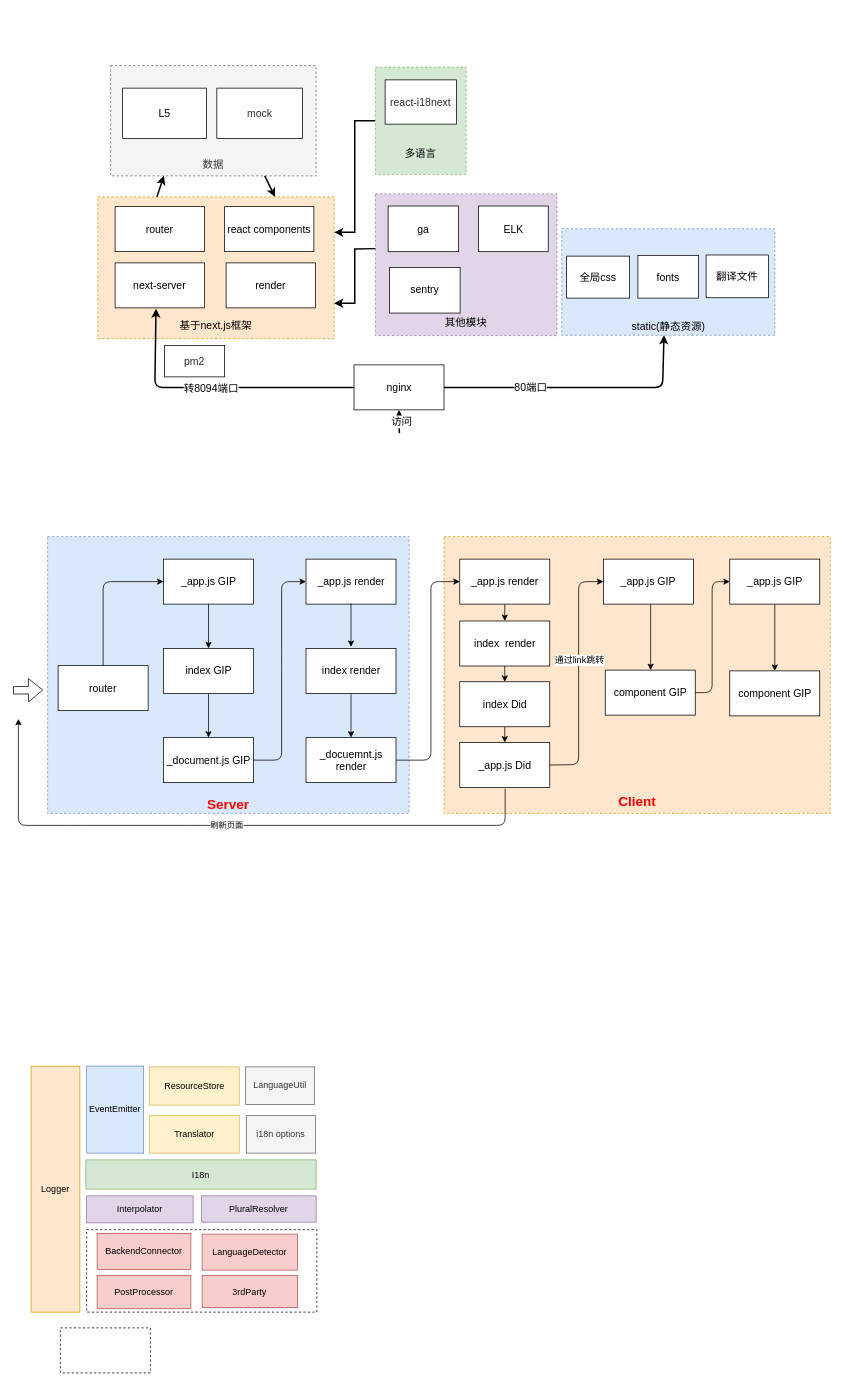
The draw.io diagram Untitled Diagram.drawio in huanglijiao/docs, before the edit. Source tidied: cells renumbered, new cells numbered last; positions are measured from the earlier drawing's top-left corner, leaving out a move shared by most shapes. Both pictures are drawn from the tidied source at 75%, with x=0, y=0 at pixel (13, 65).
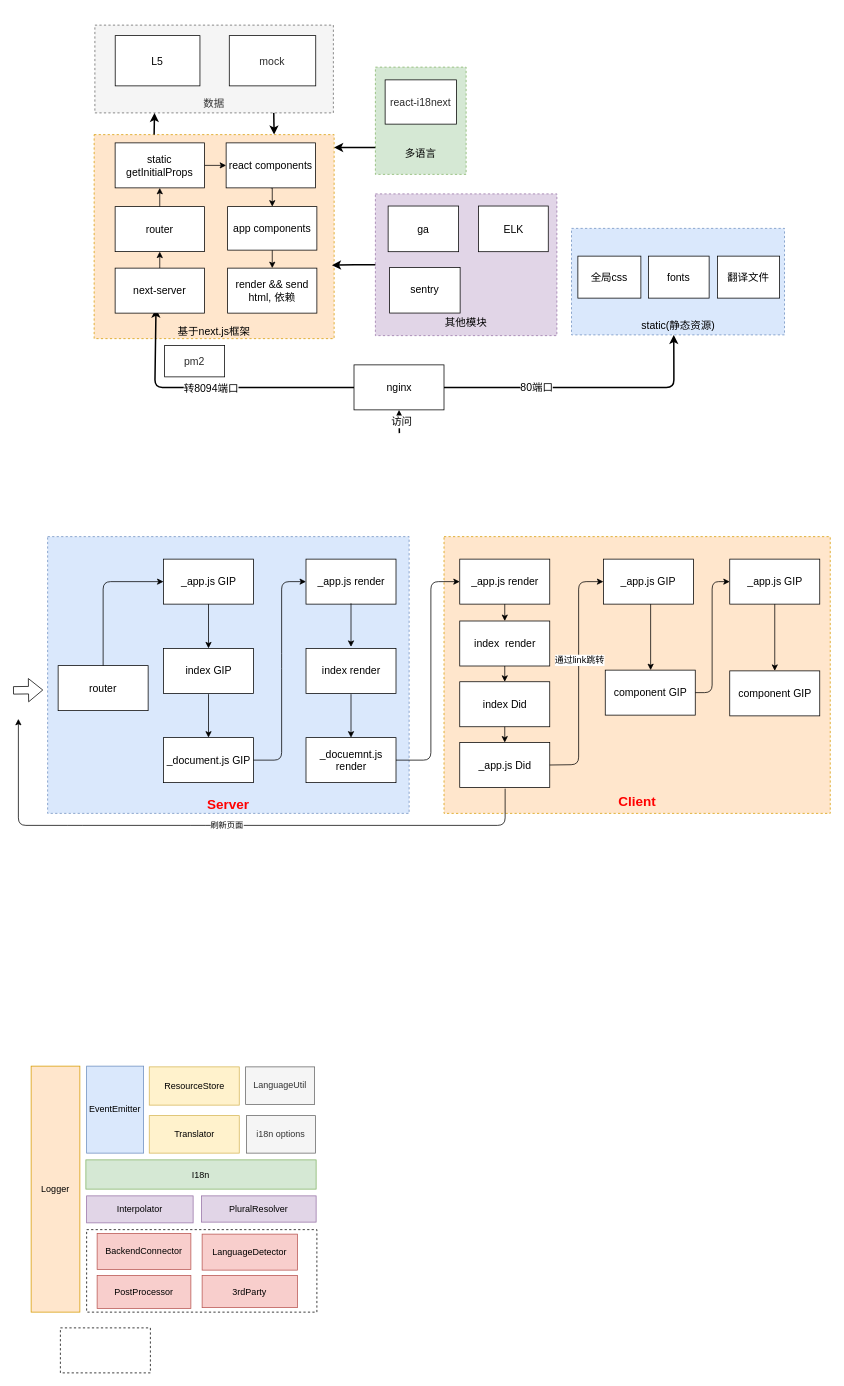
The same page after the edit.

Unchanged cells that the change refers to:
```xml
<mxCell id="6" value="&lt;font style=&quot;font-size: 14px&quot;&gt;nginx&lt;/font&gt;" style="rounded=0;whiteSpace=wrap;html=1;" parent="1" vertex="1">
  <mxGeometry x="454.5" y="399" width="120" height="60" as="geometry" />
</mxCell>
<mxCell id="71" value="&lt;br&gt;&lt;br&gt;&lt;br&gt;&lt;br&gt;&lt;br&gt;&lt;br&gt;&lt;font style=&quot;font-size: 14px&quot;&gt;&lt;br&gt;&lt;br&gt;&lt;br&gt;&lt;br&gt;其他模块&lt;/font&gt;" style="rounded=0;whiteSpace=wrap;html=1;dashed=1;fillColor=#e1d5e7;strokeColor=#9673a6;" parent="70" vertex="1">
  <mxGeometry x="40" width="242" height="189" as="geometry" />
</mxCell>
<mxCell id="78" value="&lt;br&gt;&lt;br&gt;&lt;br&gt;&lt;br&gt;&lt;br&gt;&lt;br&gt;&lt;font style=&quot;font-size: 14px&quot;&gt;多语言&lt;/font&gt;" style="rounded=0;whiteSpace=wrap;html=1;dashed=1;fillColor=#d5e8d4;strokeColor=#82b366;" parent="77" vertex="1">
  <mxGeometry width="121" height="143" as="geometry" />
</mxCell>
<mxCell id="80" value="&lt;span style=&quot;font-size: 14px&quot;&gt;router&lt;/span&gt;" style="rounded=0;whiteSpace=wrap;html=1;" parent="1" vertex="1">
  <mxGeometry x="136" y="188" width="119" height="60" as="geometry" />
</mxCell>
```

Diff of the diagram source:
```diff
@@
-    <mxCell id="4" value="&lt;font style=&quot;font-size: 14px&quot;&gt;&lt;br&gt;&lt;br&gt;&lt;br&gt;&lt;br&gt;&lt;br&gt;&lt;br&gt;&lt;br&gt;&lt;br&gt;&lt;br&gt;基于next.js框架&lt;br&gt;&lt;/font&gt;" style="rounded=0;whiteSpace=wrap;html=1;dashed=1;fillColor=#ffe6cc;strokeColor=#d79b00;" parent="1" vertex="1">
-      <mxGeometry x="113" y="175" width="315" height="189" as="geometry" />
+    <mxCell id="4" value="&lt;font style=&quot;font-size: 14px&quot;&gt;&lt;br&gt;&lt;br&gt;&lt;br&gt;&lt;br&gt;&lt;br&gt;&lt;br&gt;&lt;br&gt;&lt;br&gt;&lt;br&gt;&lt;br&gt;&lt;br&gt;&lt;br&gt;&lt;br&gt;&lt;br&gt;&lt;br&gt;基于next.js框架&lt;br&gt;&lt;/font&gt;" style="rounded=0;whiteSpace=wrap;html=1;dashed=1;fillColor=#ffe6cc;strokeColor=#d79b00;" parent="1" vertex="1">
+      <mxGeometry x="108" y="92" width="320" height="272" as="geometry" />
     </mxCell>
     <mxCell id="5" value="&lt;font style=&quot;font-size: 14px&quot;&gt;&lt;br&gt;&lt;br&gt;&lt;br&gt;&lt;br&gt;&lt;br&gt;&lt;br&gt;&lt;br&gt;static(静态资源)&lt;/font&gt;" style="rounded=0;whiteSpace=wrap;html=1;dashed=1;fillColor=#dae8fc;strokeColor=#6c8ebf;" parent="1" vertex="1">
-      <mxGeometry x="731.5" y="217.5" width="284" height="142" as="geometry" />
+      <mxGeometry x="744.5" y="217" width="284" height="142" as="geometry" />
     </mxCell>
@@
     <mxCell id="7" value="&lt;font style=&quot;font-size: 14px&quot;&gt;fonts&lt;/font&gt;" style="rounded=0;whiteSpace=wrap;html=1;" parent="1" vertex="1">
-      <mxGeometry x="833" y="253" width="81" height="57" as="geometry" />
+      <mxGeometry x="847" y="254" width="81" height="56" as="geometry" />
     </mxCell>
     <mxCell id="8" value="&lt;font style=&quot;font-size: 14px&quot;&gt;全局css&lt;/font&gt;" style="rounded=0;whiteSpace=wrap;html=1;" parent="1" vertex="1">
-      <mxGeometry x="738" y="254" width="84" height="56" as="geometry" />
+      <mxGeometry x="753" y="254" width="84" height="56" as="geometry" />
     </mxCell>
     <mxCell id="9" value="&lt;font style=&quot;font-size: 14px&quot;&gt;翻译文件&lt;/font&gt;" style="rounded=0;whiteSpace=wrap;html=1;" parent="1" vertex="1">
-      <mxGeometry x="924" y="252.5" width="83" height="57" as="geometry" />
+      <mxGeometry x="939" y="254" width="83" height="56" as="geometry" />
     </mxCell>
     <mxCell id="10" style="endArrow=classic;html=1;strokeWidth=2;exitX=1;exitY=0.5;exitDx=0;exitDy=0;entryX=0.48;entryY=1;entryDx=0;entryDy=0;entryPerimeter=0;" parent="1" edge="1" source="6" target="5">
       <mxGeometry relative="1" as="geometry">
         <Array as="points">
-          <mxPoint x="866" y="429" />
+          <mxPoint x="881" y="429" />
+          <mxPoint x="881" y="396" />
         </Array>
       </mxGeometry>
     </mxCell>
@@
     <mxCell id="65" style="group;" parent="1" vertex="1">
-      <mxGeometry x="130" width="274" height="147" as="geometry" />
+      <mxGeometry x="120" y="-70" width="307" height="147" as="geometry" />
     </mxCell>
+    <mxCell id="85" style="group;" parent="65" vertex="1">
+      <mxGeometry width="307" height="147" as="geometry" />
+    </mxCell>
-    <mxCell id="66" value="&lt;br&gt;&lt;br&gt;&lt;br&gt;&lt;br&gt;&lt;br&gt;&lt;br&gt;&lt;br&gt;&lt;br&gt;&lt;font style=&quot;font-size: 14px&quot;&gt;数据&lt;/font&gt;" style="rounded=0;whiteSpace=wrap;html=1;dashed=1;fillColor=#f5f5f5;strokeColor=#666666;fontColor=#333333;" parent="65" vertex="1">
-      <mxGeometry width="274" height="147" as="geometry" />
+    <mxCell id="66" value="&lt;br&gt;&lt;br&gt;&lt;br&gt;&lt;br&gt;&lt;font style=&quot;font-size: 14px&quot;&gt;&lt;br&gt;&lt;br&gt;数据&lt;/font&gt;" style="rounded=0;whiteSpace=wrap;html=1;dashed=1;fillColor=#f5f5f5;strokeColor=#666666;fontColor=#333333;" parent="85" vertex="1">
+      <mxGeometry x="-11" y="16" width="318" height="117" as="geometry" />
     </mxCell>
-    <mxCell id="67" value="&lt;font style=&quot;font-size: 14px&quot;&gt;L5&lt;/font&gt;" style="rounded=0;whiteSpace=wrap;html=1;" parent="65" vertex="1">
-      <mxGeometry x="16" y="30" width="111.9" height="67" as="geometry" />
+    <mxCell id="67" value="&lt;font style=&quot;font-size: 14px&quot;&gt;L5&lt;/font&gt;" style="rounded=0;whiteSpace=wrap;html=1;" parent="85" vertex="1">
+      <mxGeometry x="16.1" y="30" width="113" height="67" as="geometry" />
     </mxCell>
-    <mxCell id="68" value="&lt;font color=&quot;#2b2b2b&quot;&gt;&lt;span style=&quot;font-size: 14px ; white-space: pre-wrap ; background-color: rgb(255 , 255 , 255)&quot;&gt;mock&lt;/span&gt;&lt;/font&gt;" style="rounded=0;whiteSpace=wrap;html=1;" parent="65" vertex="1">
-      <mxGeometry x="141.6" y="30" width="114.2" height="67" as="geometry" />
+    <mxCell id="68" value="&lt;font color=&quot;#2b2b2b&quot;&gt;&lt;span style=&quot;font-size: 14px ; white-space: pre-wrap ; background-color: rgb(255 , 255 , 255)&quot;&gt;mock&lt;/span&gt;&lt;/font&gt;" style="rounded=0;whiteSpace=wrap;html=1;" parent="85" vertex="1">
+      <mxGeometry x="168.2" y="30" width="115.3" height="67" as="geometry" />
     </mxCell>
+    <mxCell id="86" style="edgeStyle=orthogonalEdgeStyle;rounded=0;jettySize=auto;html=1;exitX=0.5;exitY=0;exitDx=0;exitDy=0;entryX=0.5;entryY=1;entryDx=0;entryDy=0;" parent="1" edge="1" source="69" target="80">
+      <mxGeometry relative="1" as="geometry" />
+    </mxCell>
     <mxCell id="69" value="&lt;span style=&quot;font-size: 14px&quot;&gt;next-server&lt;/span&gt;" style="rounded=0;whiteSpace=wrap;html=1;" parent="1" vertex="1">
-      <mxGeometry x="136" y="263" width="119" height="60" as="geometry" />
+      <mxGeometry x="136" y="270" width="119" height="60" as="geometry" />
     </mxCell>
@@
-    <mxCell id="75" style="edgeStyle=orthogonalEdgeStyle;rounded=0;jettySize=auto;html=1;entryX=1;entryY=0.25;entryDx=0;entryDy=0;strokeWidth=2;exitX=0;exitY=0.5;exitDx=0;exitDy=0;" parent="1" edge="1" source="78" target="4">
-      <mxGeometry relative="1" as="geometry" />
-    </mxCell>
+    <mxCell id="87" style="edgeStyle=orthogonalEdgeStyle;rounded=0;jettySize=auto;html=1;exitX=0.5;exitY=1;exitDx=0;exitDy=0;entryX=0.5;entryY=0;entryDx=0;entryDy=0;" parent="1" edge="1" source="76" target="92">
+      <mxGeometry relative="1" as="geometry" />
+    </mxCell>
     <mxCell id="76" value="&lt;span style=&quot;font-size: 14px&quot;&gt;react components&lt;/span&gt;" style="rounded=0;whiteSpace=wrap;html=1;" parent="1" vertex="1">
-      <mxGeometry x="282" y="188" width="119" height="60" as="geometry" />
+      <mxGeometry x="284" y="103" width="119" height="60" as="geometry" />
     </mxCell>
@@
+    <mxCell id="88" style="edgeStyle=orthogonalEdgeStyle;rounded=0;jettySize=auto;html=1;exitX=0.5;exitY=0;exitDx=0;exitDy=0;entryX=0.5;entryY=1;entryDx=0;entryDy=0;" parent="1" edge="1" source="80" target="90">
+      <mxGeometry relative="1" as="geometry" />
+    </mxCell>
@@
-    <mxCell id="81" value="&lt;span style=&quot;font-size: 14px&quot;&gt;render&lt;/span&gt;" style="rounded=0;whiteSpace=wrap;html=1;" parent="1" vertex="1">
-      <mxGeometry x="284" y="263" width="119" height="60" as="geometry" />
+    <mxCell id="81" value="&lt;span style=&quot;font-size: 14px&quot;&gt;render &amp;amp;&amp;amp; send html, 依赖&lt;/span&gt;" style="rounded=0;whiteSpace=wrap;html=1;" parent="1" vertex="1">
+      <mxGeometry x="286" y="270" width="119" height="60" as="geometry" />
     </mxCell>
-    <mxCell id="82" style="endArrow=classic;html=1;exitX=0.25;exitY=0;exitDx=0;exitDy=0;strokeWidth=2;" parent="1" edge="1" source="4">
-      <mxGeometry relative="1" as="geometry">
-        <mxPoint x="201" y="147" as="targetPoint" />
-      </mxGeometry>
+    <mxCell id="82" style="endArrow=classic;html=1;exitX=0.25;exitY=0;exitDx=0;exitDy=0;strokeWidth=2;entryX=0.25;entryY=1;entryDx=0;entryDy=0;" parent="1" edge="1" source="4" target="66">
+      <mxGeometry relative="1" as="geometry" />
     </mxCell>
@@
-    <mxCell id="84" style="edgeStyle=orthogonalEdgeStyle;rounded=0;jettySize=auto;html=1;entryX=1;entryY=0.75;entryDx=0;entryDy=0;strokeWidth=2;" parent="1" edge="1" target="4">
-      <mxGeometry relative="1" as="geometry">
-        <mxPoint x="483" y="244" as="sourcePoint" />
-      </mxGeometry>
-    </mxCell>
+    <mxCell id="89" style="edgeStyle=orthogonalEdgeStyle;rounded=0;jettySize=auto;html=1;exitX=1;exitY=0.5;exitDx=0;exitDy=0;entryX=0;entryY=0.5;entryDx=0;entryDy=0;" parent="1" edge="1" source="90" target="76">
+      <mxGeometry relative="1" as="geometry" />
+    </mxCell>
+    <mxCell id="90" value="&lt;span style=&quot;font-size: 14px&quot;&gt;static getInitialProps&lt;/span&gt;" style="rounded=0;whiteSpace=wrap;html=1;" parent="1" vertex="1">
+      <mxGeometry x="136" y="103" width="119" height="60" as="geometry" />
+    </mxCell>
+    <mxCell id="91" style="edgeStyle=orthogonalEdgeStyle;rounded=0;jettySize=auto;html=1;exitX=0.5;exitY=1;exitDx=0;exitDy=0;entryX=0.5;entryY=0;entryDx=0;entryDy=0;" parent="1" edge="1" source="92" target="81">
+      <mxGeometry relative="1" as="geometry" />
+    </mxCell>
+    <mxCell id="92" value="&lt;span style=&quot;font-size: 14px&quot;&gt;app components&lt;/span&gt;" style="rounded=0;whiteSpace=wrap;html=1;" parent="1" vertex="1">
+      <mxGeometry x="286" y="188" width="119" height="58" as="geometry" />
+    </mxCell>
+    <mxCell id="93" style="edgeStyle=orthogonalEdgeStyle;rounded=0;jettySize=auto;html=1;exitX=0;exitY=0.5;exitDx=0;exitDy=0;entryX=0.991;entryY=0.64;entryDx=0;entryDy=0;entryPerimeter=0;strokeWidth=2;" parent="1" edge="1" source="71" target="4">
+      <mxGeometry relative="1" as="geometry" />
+    </mxCell>
+    <mxCell id="75" style="edgeStyle=orthogonalEdgeStyle;rounded=0;jettySize=auto;html=1;exitX=0;exitY=0.75;exitDx=0;exitDy=0;entryX=1;entryY=0.063;entryDx=0;entryDy=0;entryPerimeter=0;strokeWidth=2;" parent="1" edge="1" source="78" target="4">
+      <mxGeometry relative="1" as="geometry" />
+    </mxCell>
```
